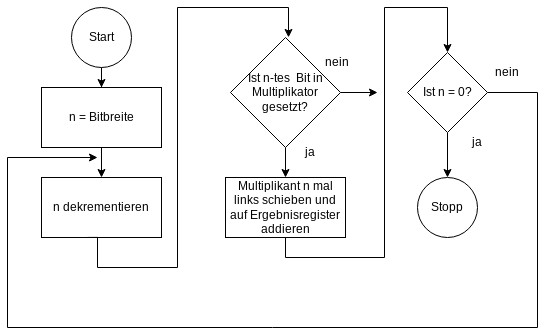
Earlier version of the draw.io export Dokumentation/Tex/bitweise_Mul_Prinzip.png (do1afk/RiSC16). Source tidied: cells renumbered, new cells last; positions are measured from the earlier drawing's top-left corner, leaving out a move shared by most shapes. Its diagram source:
```xml
<mxGraphModel>
  <root>
    <mxCell id="0" />
    <mxCell id="1" parent="0" />
    <mxCell id="2" style="edgeStyle=orthogonalEdgeStyle;rounded=0;jettySize=auto;html=1;" parent="1" edge="1" source="3" target="5">
      <mxGeometry relative="1" as="geometry" />
    </mxCell>
    <mxCell id="3" value="Start" style="ellipse;whiteSpace=wrap;html=1;" parent="1" vertex="1">
      <mxGeometry x="64" width="60" height="60" as="geometry" />
    </mxCell>
    <mxCell id="4" style="edgeStyle=orthogonalEdgeStyle;rounded=0;jettySize=auto;html=1;" parent="1" edge="1" source="5" target="6">
      <mxGeometry relative="1" as="geometry" />
    </mxCell>
    <mxCell id="5" value="n = Bitbreite" style="whiteSpace=wrap;html=1;" parent="1" vertex="1">
      <mxGeometry x="34" y="80" width="120" height="60" as="geometry" />
    </mxCell>
    <mxCell id="6" value="n dekrementieren" style="whiteSpace=wrap;html=1;" parent="1" vertex="1">
      <mxGeometry x="34" y="170" width="120" height="60" as="geometry" />
    </mxCell>
    <mxCell id="7" style="edgeStyle=orthogonalEdgeStyle;rounded=0;orthogonalLoop=1;jettySize=auto;html=1;" parent="1" edge="1">
      <mxGeometry relative="1" as="geometry">
        <mxPoint x="80" y="229.9" as="sourcePoint" />
        <mxPoint x="281" y="29.9" as="targetPoint" />
        <Array as="points">
          <mxPoint x="90" y="230" />
          <mxPoint x="90" y="260" />
          <mxPoint x="170" y="260" />
          <mxPoint x="170" />
          <mxPoint x="281" />
        </Array>
      </mxGeometry>
    </mxCell>
    <mxCell id="8" style="edgeStyle=orthogonalEdgeStyle;rounded=0;jettySize=auto;html=1;exitX=0.5;exitY=1;exitDx=0;exitDy=0;endArrow=classic;endFill=1;entryX=0.5;entryY=0;entryDx=0;entryDy=0;" parent="1" edge="1" source="9" target="18">
      <mxGeometry relative="1" as="geometry">
        <Array as="points">
          <mxPoint x="278" y="250" />
          <mxPoint x="377" y="250" />
          <mxPoint x="377" />
          <mxPoint x="440" />
        </Array>
      </mxGeometry>
    </mxCell>
    <mxCell id="9" value="Multiplikant n mal links schieben und auf Ergebnisregister addieren" style="whiteSpace=wrap;html=1;" parent="1" vertex="1">
      <mxGeometry x="218" y="170" width="120" height="60" as="geometry" />
    </mxCell>
    <mxCell id="10" value="ja" style="text;html=1;strokeColor=none;fillColor=none;align=center;verticalAlign=middle;whiteSpace=wrap;rounded=0;" parent="1" vertex="1">
      <mxGeometry x="440" y="120" width="60" height="30" as="geometry" />
    </mxCell>
    <mxCell id="11" value="nein" style="text;html=1;strokeColor=none;fillColor=none;align=center;verticalAlign=middle;whiteSpace=wrap;rounded=0;" parent="1" vertex="1">
      <mxGeometry x="470" y="50" width="60" height="30" as="geometry" />
    </mxCell>
    <mxCell id="12" style="edgeStyle=orthogonalEdgeStyle;rounded=0;jettySize=auto;html=1;exitX=0.5;exitY=1;exitDx=0;exitDy=0;entryX=0.5;entryY=0;entryDx=0;entryDy=0;endArrow=classic;endFill=1;" parent="1" edge="1" source="14" target="9">
      <mxGeometry relative="1" as="geometry" />
    </mxCell>
    <mxCell id="13" style="edgeStyle=orthogonalEdgeStyle;rounded=0;jettySize=auto;html=1;exitX=1;exitY=0.5;exitDx=0;exitDy=0;endArrow=classic;endFill=1;" parent="1" edge="1" source="14">
      <mxGeometry relative="1" as="geometry">
        <mxPoint x="370" y="85" as="targetPoint" />
        <Array as="points">
          <mxPoint x="370" y="85" />
          <mxPoint x="370" y="85" />
        </Array>
      </mxGeometry>
    </mxCell>
    <mxCell id="14" value="Ist n-tes&amp;nbsp; Bit in Multiplikator gesetzt?" style="rhombus;whiteSpace=wrap;html=1;" parent="1" vertex="1">
      <mxGeometry x="223" y="30" width="110" height="110" as="geometry" />
    </mxCell>
    <mxCell id="15" value="ja" style="text;html=1;strokeColor=none;fillColor=none;align=center;verticalAlign=middle;whiteSpace=wrap;rounded=0;" parent="1" vertex="1">
      <mxGeometry x="273" y="130" width="60" height="30" as="geometry" />
    </mxCell>
    <mxCell id="16" style="edgeStyle=orthogonalEdgeStyle;rounded=0;jettySize=auto;html=1;exitX=0.5;exitY=1;exitDx=0;exitDy=0;entryX=0.5;entryY=0;entryDx=0;entryDy=0;endArrow=classic;endFill=1;" parent="1" edge="1" source="18" target="19">
      <mxGeometry relative="1" as="geometry" />
    </mxCell>
    <mxCell id="17" style="edgeStyle=orthogonalEdgeStyle;rounded=0;jettySize=auto;html=1;exitX=1;exitY=0.5;exitDx=0;exitDy=0;endArrow=classic;endFill=1;" parent="1" edge="1" source="18">
      <mxGeometry relative="1" as="geometry">
        <mxPoint x="90" y="150" as="targetPoint" />
        <Array as="points">
          <mxPoint x="530" y="85" />
          <mxPoint x="530" y="320" />
          <mxPoint y="320" />
          <mxPoint y="150" />
        </Array>
      </mxGeometry>
    </mxCell>
    <mxCell id="18" value="Ist n = 0?" style="rhombus;whiteSpace=wrap;html=1;" parent="1" vertex="1">
      <mxGeometry x="400" y="45" width="80" height="80" as="geometry" />
    </mxCell>
    <mxCell id="19" value="Stopp" style="ellipse;whiteSpace=wrap;html=1;" parent="1" vertex="1">
      <mxGeometry x="410" y="170" width="60" height="60" as="geometry" />
    </mxCell>
    <mxCell id="20" value="nein" style="text;html=1;strokeColor=none;fillColor=none;align=center;verticalAlign=middle;whiteSpace=wrap;rounded=0;" parent="1" vertex="1">
      <mxGeometry x="300" y="40" width="60" height="30" as="geometry" />
    </mxCell>
  </root>
</mxGraphModel>
```
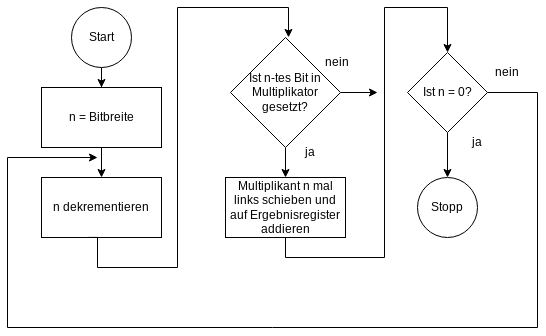
The same diagram one commit later.

What changed in the source:
```diff
@@ -61,7 +61,7 @@
         </Array>
       </mxGeometry>
     </mxCell>
-    <mxCell id="14" value="Ist n-tes&amp;nbsp; Bit in Multiplikator gesetzt?" style="rhombus;whiteSpace=wrap;html=1;" parent="1" vertex="1">
+    <mxCell id="14" value="Ist n-tes Bit in Multiplikator gesetzt?" style="rhombus;whiteSpace=wrap;html=1;" parent="1" vertex="1">
       <mxGeometry x="223" y="30" width="110" height="110" as="geometry" />
     </mxCell>
     <mxCell id="15" value="ja" style="text;html=1;strokeColor=none;fillColor=none;align=center;verticalAlign=middle;whiteSpace=wrap;rounded=0;" parent="1" vertex="1">
```
